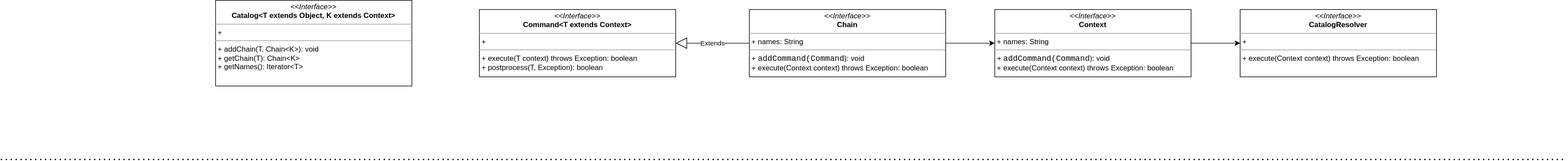
airblock/gustavo-tools keeps this draw.io diagram as biz-chains/docs/draw.io/biz-chains图解.svg. Above is the earlier version. Source tidied: cells renumbered, new cells last; positions are measured from the earlier drawing's top-left corner, leaving out a move shared by most shapes.
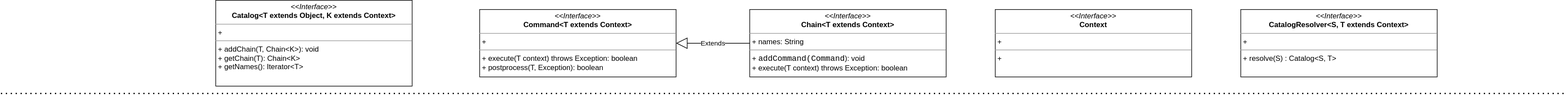
After the change.

Diff of the diagram source:
```diff
@@ -4,17 +4,14 @@
     <mxCell id="1" parent="0" />
     <mxCell id="2" style="endArrow=none;dashed=1;html=1;dashPattern=1 3;strokeWidth=2;rounded=0;" parent="1" edge="1">
       <mxGeometry relative="1" as="geometry">
-        <mxPoint y="260" as="sourcePoint" />
-        <mxPoint x="2550" y="260" as="targetPoint" />
+        <mxPoint y="152" as="sourcePoint" />
+        <mxPoint x="2550" y="152" as="targetPoint" />
       </mxGeometry>
     </mxCell>
     <mxCell id="3" value="&lt;p style=&quot;margin: 0px ; margin-top: 4px ; text-align: center&quot;&gt;&lt;i&gt;&amp;lt;&amp;lt;Interface&amp;gt;&amp;gt;&lt;/i&gt;&lt;br&gt;&lt;b&gt;Catalog&amp;lt;T extends Object, K extends Context&amp;gt;&lt;/b&gt;&lt;/p&gt;&lt;hr size=&quot;1&quot;&gt;&lt;p style=&quot;margin: 0px ; margin-left: 4px&quot;&gt;+&lt;br&gt;&lt;/p&gt;&lt;hr size=&quot;1&quot;&gt;&lt;p style=&quot;margin: 0px ; margin-left: 4px&quot;&gt;+ addChain(T, Chain&amp;lt;K&amp;gt;): void&lt;br&gt;+ getChain(T): Chain&amp;lt;K&amp;gt;&lt;/p&gt;&lt;p style=&quot;margin: 0px ; margin-left: 4px&quot;&gt;+ getNames(): Iterator&amp;lt;T&amp;gt;&lt;/p&gt;" style="verticalAlign=top;align=left;overflow=fill;fontSize=12;fontFamily=Helvetica;html=1;" parent="1" vertex="1">
       <mxGeometry x="350" width="320" height="140" as="geometry" />
     </mxCell>
-    <mxCell id="4" style="edgeStyle=orthogonalEdgeStyle;rounded=0;jettySize=auto;html=1;" parent="1" edge="1" source="5" target="9">
-      <mxGeometry relative="1" as="geometry" />
-    </mxCell>
-    <mxCell id="5" value="&lt;p style=&quot;margin: 0px ; margin-top: 4px ; text-align: center&quot;&gt;&lt;i&gt;&amp;lt;&amp;lt;Interface&amp;gt;&amp;gt;&lt;/i&gt;&lt;br&gt;&lt;b&gt;Chain&lt;/b&gt;&lt;/p&gt;&lt;hr size=&quot;1&quot;&gt;&lt;p style=&quot;margin: 0px ; margin-left: 4px&quot;&gt;+ names: String&lt;br&gt;&lt;/p&gt;&lt;hr size=&quot;1&quot;&gt;&lt;p style=&quot;margin: 0px ; margin-left: 4px&quot;&gt;+&amp;nbsp;&lt;span style=&quot;background-color: rgb(255 , 255 , 255) ; font-family: &amp;#34;jetbrains mono&amp;#34; , monospace ; font-size: 9.8pt&quot;&gt;addCommand(Command&lt;/span&gt;&lt;span&gt;): void&lt;/span&gt;&lt;/p&gt;&lt;p style=&quot;margin: 0px ; margin-left: 4px&quot;&gt;+ execute(Context context) throws Exception: boolean&lt;br&gt;&lt;/p&gt;" style="verticalAlign=top;align=left;overflow=fill;fontSize=12;fontFamily=Helvetica;html=1;" parent="1" vertex="1">
+    <mxCell id="5" value="&lt;p style=&quot;margin: 0px ; margin-top: 4px ; text-align: center&quot;&gt;&lt;i&gt;&amp;lt;&amp;lt;Interface&amp;gt;&amp;gt;&lt;/i&gt;&lt;br&gt;&lt;b&gt;Chain&amp;lt;T extends Context&amp;gt;&lt;/b&gt;&lt;/p&gt;&lt;hr size=&quot;1&quot;&gt;&lt;p style=&quot;margin: 0px ; margin-left: 4px&quot;&gt;+ names: String&lt;br&gt;&lt;/p&gt;&lt;hr size=&quot;1&quot;&gt;&lt;p style=&quot;margin: 0px ; margin-left: 4px&quot;&gt;+&amp;nbsp;&lt;span style=&quot;background-color: rgb(255 , 255 , 255) ; font-family: &amp;#34;jetbrains mono&amp;#34; , monospace ; font-size: 9.8pt&quot;&gt;addCommand(Command&lt;/span&gt;&lt;span&gt;): void&lt;/span&gt;&lt;/p&gt;&lt;p style=&quot;margin: 0px ; margin-left: 4px&quot;&gt;+ execute(T context) throws Exception: boolean&lt;br&gt;&lt;/p&gt;" style="verticalAlign=top;align=left;overflow=fill;fontSize=12;fontFamily=Helvetica;html=1;" parent="1" vertex="1">
       <mxGeometry x="1220" y="15" width="320" height="110" as="geometry" />
     </mxCell>
     <mxCell id="6" value="&lt;p style=&quot;margin: 0px ; margin-top: 4px ; text-align: center&quot;&gt;&lt;i&gt;&amp;lt;&amp;lt;Interface&amp;gt;&amp;gt;&lt;/i&gt;&lt;br&gt;&lt;b&gt;Command&amp;lt;T extends Context&amp;gt;&lt;/b&gt;&lt;/p&gt;&lt;hr size=&quot;1&quot;&gt;&lt;p style=&quot;margin: 0px ; margin-left: 4px&quot;&gt;+&lt;/p&gt;&lt;hr size=&quot;1&quot;&gt;&lt;p style=&quot;margin: 0px ; margin-left: 4px&quot;&gt;+ execute(T context) throws Exception: boolean&lt;br&gt;&lt;/p&gt;&lt;p style=&quot;margin: 0px ; margin-left: 4px&quot;&gt;+ postprocess(T, Exception): boolean&lt;/p&gt;" style="verticalAlign=top;align=left;overflow=fill;fontSize=12;fontFamily=Helvetica;html=1;" parent="1" vertex="1">
@@ -23,13 +20,10 @@
     <mxCell id="7" value="Extends" style="endArrow=block;endSize=16;endFill=0;html=1;rounded=0;exitX=0;exitY=0.5;exitDx=0;exitDy=0;entryX=1;entryY=0.5;entryDx=0;entryDy=0;" parent="1" edge="1" source="5" target="6">
       <mxGeometry relative="1" as="geometry" />
     </mxCell>
-    <mxCell id="8" style="edgeStyle=orthogonalEdgeStyle;rounded=0;jettySize=auto;html=1;" parent="1" edge="1" source="9" target="10">
-      <mxGeometry relative="1" as="geometry" />
-    </mxCell>
-    <mxCell id="9" value="&lt;p style=&quot;margin: 0px ; margin-top: 4px ; text-align: center&quot;&gt;&lt;i&gt;&amp;lt;&amp;lt;Interface&amp;gt;&amp;gt;&lt;/i&gt;&lt;br&gt;&lt;b&gt;Context&lt;/b&gt;&lt;/p&gt;&lt;hr size=&quot;1&quot;&gt;&lt;p style=&quot;margin: 0px ; margin-left: 4px&quot;&gt;+ names: String&lt;br&gt;&lt;/p&gt;&lt;hr size=&quot;1&quot;&gt;&lt;p style=&quot;margin: 0px ; margin-left: 4px&quot;&gt;+&amp;nbsp;&lt;span style=&quot;background-color: rgb(255 , 255 , 255) ; font-family: &amp;#34;jetbrains mono&amp;#34; , monospace ; font-size: 9.8pt&quot;&gt;addCommand(Command&lt;/span&gt;&lt;span&gt;): void&lt;/span&gt;&lt;/p&gt;&lt;p style=&quot;margin: 0px ; margin-left: 4px&quot;&gt;+ execute(Context context) throws Exception: boolean&lt;br&gt;&lt;/p&gt;" style="verticalAlign=top;align=left;overflow=fill;fontSize=12;fontFamily=Helvetica;html=1;" parent="1" vertex="1">
+    <mxCell id="9" value="&lt;p style=&quot;margin: 0px ; margin-top: 4px ; text-align: center&quot;&gt;&lt;i&gt;&amp;lt;&amp;lt;Interface&amp;gt;&amp;gt;&lt;/i&gt;&lt;br&gt;&lt;b&gt;Context&lt;/b&gt;&lt;/p&gt;&lt;hr size=&quot;1&quot;&gt;&lt;p style=&quot;margin: 0px ; margin-left: 4px&quot;&gt;+&amp;nbsp;&lt;br&gt;&lt;/p&gt;&lt;hr size=&quot;1&quot;&gt;&lt;p style=&quot;margin: 0px ; margin-left: 4px&quot;&gt;+&amp;nbsp;&lt;/p&gt;" style="verticalAlign=top;align=left;overflow=fill;fontSize=12;fontFamily=Helvetica;html=1;" parent="1" vertex="1">
       <mxGeometry x="1620" y="15" width="320" height="110" as="geometry" />
     </mxCell>
-    <mxCell id="10" value="&lt;p style=&quot;margin: 0px ; margin-top: 4px ; text-align: center&quot;&gt;&lt;i&gt;&amp;lt;&amp;lt;Interface&amp;gt;&amp;gt;&lt;/i&gt;&lt;br&gt;&lt;b&gt;CatalogResolver&lt;/b&gt;&lt;/p&gt;&lt;hr size=&quot;1&quot;&gt;&lt;p style=&quot;margin: 0px ; margin-left: 4px&quot;&gt;+&lt;br&gt;&lt;/p&gt;&lt;hr size=&quot;1&quot;&gt;&lt;p style=&quot;margin: 0px ; margin-left: 4px&quot;&gt;&lt;span&gt;+ execute(Context context) throws Exception: boolean&lt;/span&gt;&lt;br&gt;&lt;/p&gt;" style="verticalAlign=top;align=left;overflow=fill;fontSize=12;fontFamily=Helvetica;html=1;" parent="1" vertex="1">
+    <mxCell id="10" value="&lt;p style=&quot;margin: 0px ; margin-top: 4px ; text-align: center&quot;&gt;&lt;i&gt;&amp;lt;&amp;lt;Interface&amp;gt;&amp;gt;&lt;/i&gt;&lt;br&gt;&lt;b&gt;CatalogResolver&amp;lt;S, T extends Context&amp;gt;&lt;/b&gt;&lt;/p&gt;&lt;hr size=&quot;1&quot;&gt;&lt;p style=&quot;margin: 0px ; margin-left: 4px&quot;&gt;+&lt;br&gt;&lt;/p&gt;&lt;hr size=&quot;1&quot;&gt;&lt;p style=&quot;margin: 0px ; margin-left: 4px&quot;&gt;&lt;span&gt;+ resolve(S) : Catalog&amp;lt;S, T&amp;gt;&lt;/span&gt;&lt;br&gt;&lt;/p&gt;" style="verticalAlign=top;align=left;overflow=fill;fontSize=12;fontFamily=Helvetica;html=1;" parent="1" vertex="1">
       <mxGeometry x="2020" y="15" width="320" height="110" as="geometry" />
     </mxCell>
   </root>
```
